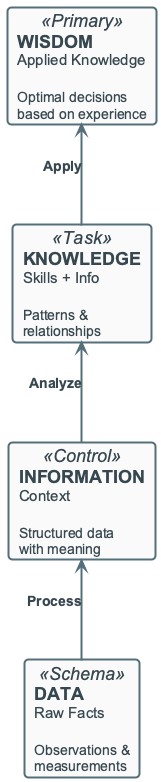
OrPerets/data-engineering-course keeps this PlantUML diagram as diagrams/week01/week1_data_to_wisdom.png. Above is the earlier version.
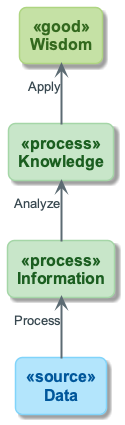
Later version of the same file.

Change to the diagram source:
```diff
@@ -1,17 +1,18 @@
 @startuml
 !include ../_template_styles.puml
+!include _week1_visual_style.puml
+
 top to bottom direction
+skinparam nodesep 80
+skinparam ranksep 60
 
-card "**WISDOM**\n<size:15>Applied Knowledge</size>\n\n<size:14>Optimal decisions</size>\n<size:14>based on experience</size>" as W <<Primary>>
+rectangle "Data" as D <<source>>
+rectangle "Information" as I <<process>>
+rectangle "Knowledge" as K <<process>>
+rectangle "Wisdom" as W <<good>>
 
-card "**KNOWLEDGE**\n<size:15>Skills + Info</size>\n\n<size:14>Patterns &</size>\n<size:14>relationships</size>" as K <<Task>>
-
-card "**INFORMATION**\n<size:15>Context</size>\n\n<size:14>Structured data</size>\n<size:14>with meaning</size>" as I <<Control>>
-
-card "**DATA**\n<size:15>Raw Facts</size>\n\n<size:14>Observations &</size>\n<size:14>measurements</size>" as D <<Schema>>
-
-D -up-> I : **Process**
-I -up-> K : **Analyze**
-K -up-> W : **Apply**
+D -up-> I : Process
+I -up-> K : Analyze
+K -up-> W : Apply
 
 @enduml
```
